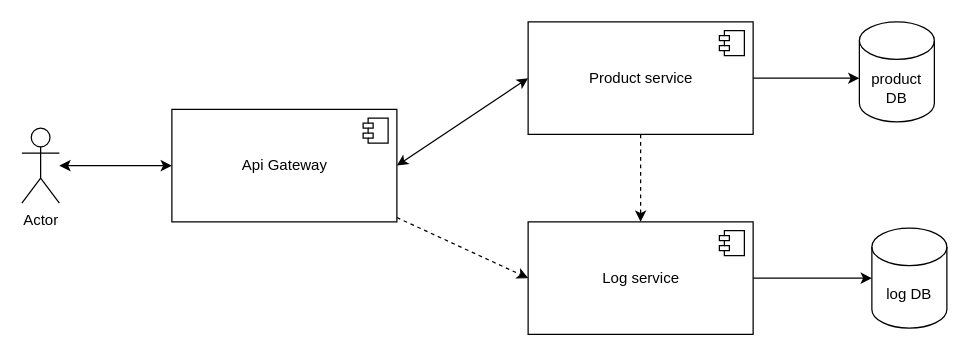
This is page "Search products" (2 of 3) of architecture.drawio from tathanhphu/nestjs-microservice, a draw.io file, before an edit. Source tidied: cells renumbered, new cells numbered last; positions are measured from the earlier drawing's top-left corner, leaving out a move shared by most shapes. Both pictures are drawn from the tidied source at 125%, with x=0, y=0 at pixel (21, 21).
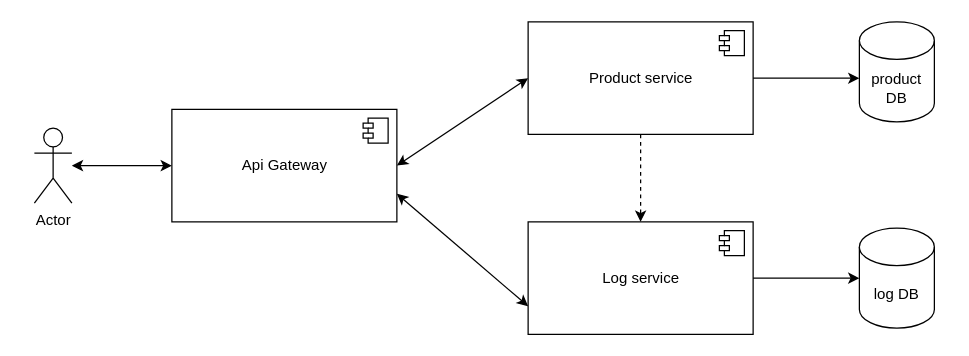
Above is the later version.

The edit, as a diff of the source:
```diff
@@
 <mxGraphModel>
   <root>
     <mxCell id="0" />
     <mxCell id="1" parent="0" />
     <mxCell id="2" value="Actor" style="shape=umlActor;verticalLabelPosition=bottom;verticalAlign=top;html=1;" parent="1" vertex="1">
-      <mxGeometry y="85" width="30" height="60" as="geometry" />
+      <mxGeometry x="10" y="85" width="30" height="60" as="geometry" />
     </mxCell>
     <mxCell id="3" value="Api Gateway" style="html=1;" parent="1" vertex="1">
       <mxGeometry x="120" y="70" width="180" height="90" as="geometry" />
     </mxCell>
     <mxCell id="4" style="shape=module;jettyWidth=8;jettyHeight=4;" parent="3" vertex="1">
       <mxGeometry x="1" width="20" height="20" relative="1" as="geometry">
         <mxPoint x="-27" y="7" as="offset" />
       </mxGeometry>
     </mxCell>
     <mxCell id="5" value="Product service" style="html=1;" parent="1" vertex="1">
       <mxGeometry x="405" width="180" height="90" as="geometry" />
     </mxCell>
     <mxCell id="6" style="shape=module;jettyWidth=8;jettyHeight=4;" parent="5" vertex="1">
       <mxGeometry x="1" width="20" height="20" relative="1" as="geometry">
         <mxPoint x="-27" y="7" as="offset" />
       </mxGeometry>
     </mxCell>
     <mxCell id="7" value="Log service" style="html=1;" parent="1" vertex="1">
       <mxGeometry x="405" y="160" width="180" height="90" as="geometry" />
     </mxCell>
     <mxCell id="8" style="shape=module;jettyWidth=8;jettyHeight=4;" parent="7" vertex="1">
       <mxGeometry x="1" width="20" height="20" relative="1" as="geometry">
         <mxPoint x="-27" y="7" as="offset" />
       </mxGeometry>
     </mxCell>
     <mxCell id="9" value="product DB" style="shape=cylinder3;whiteSpace=wrap;html=1;boundedLbl=1;backgroundOutline=1;size=15;" parent="1" vertex="1">
       <mxGeometry x="670" width="60" height="80" as="geometry" />
     </mxCell>
     <mxCell id="10" value="log DB" style="shape=cylinder3;whiteSpace=wrap;html=1;boundedLbl=1;backgroundOutline=1;size=15;" parent="1" vertex="1">
-      <mxGeometry x="680" y="165" width="60" height="80" as="geometry" />
+      <mxGeometry x="670" y="165" width="60" height="80" as="geometry" />
     </mxCell>
     <mxCell id="11" style="endArrow=classic;html=1;entryX=0;entryY=0.563;entryDx=0;entryDy=0;entryPerimeter=0;exitX=1;exitY=0.5;exitDx=0;exitDy=0;" parent="1" edge="1" source="5" target="9">
       <mxGeometry relative="1" as="geometry" />
     </mxCell>
     <mxCell id="12" style="endArrow=classic;html=1;entryX=0;entryY=0.5;entryDx=0;entryDy=0;entryPerimeter=0;" parent="1" edge="1" source="7" target="10">
       <mxGeometry relative="1" as="geometry" />
     </mxCell>
     <mxCell id="13" style="endArrow=classic;startArrow=classic;html=1;exitX=1;exitY=0.5;exitDx=0;exitDy=0;entryX=0;entryY=0.5;entryDx=0;entryDy=0;" parent="1" edge="1" source="3" target="5">
       <mxGeometry relative="1" as="geometry" />
     </mxCell>
-    <mxCell id="14" style="endArrow=classic;html=1;entryX=0;entryY=0.5;entryDx=0;entryDy=0;dashed=1;" parent="1" edge="1" source="3" target="7">
-      <mxGeometry relative="1" as="geometry" />
-    </mxCell>
     <mxCell id="15" style="endArrow=classic;html=1;entryX=0.5;entryY=0;entryDx=0;entryDy=0;dashed=1;exitX=0.5;exitY=1;exitDx=0;exitDy=0;" parent="1" edge="1" source="5" target="7">
       <mxGeometry relative="1" as="geometry" />
     </mxCell>
     <mxCell id="16" style="endArrow=classic;startArrow=classic;html=1;" parent="1" edge="1" source="2" target="3">
       <mxGeometry relative="1" as="geometry" />
     </mxCell>
+    <mxCell id="14" style="endArrow=classic;startArrow=classic;html=1;exitX=1;exitY=0.75;exitDx=0;exitDy=0;entryX=0;entryY=0.75;entryDx=0;entryDy=0;" parent="1" edge="1" source="3" target="7">
+      <mxGeometry relative="1" as="geometry" />
+    </mxCell>
   </root>
 </mxGraphModel>
```
